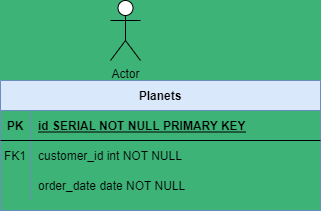
Earlier version of the draw.io export DB/Planets ER Diagram.png (tsgsOFFICIAL/Kilgharrah). Source tidied: cells renumbered, new cells last; positions are measured from the earlier drawing's top-left corner, leaving out a move shared by most shapes.
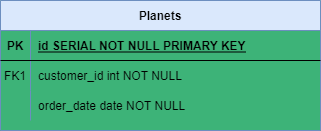
The same diagram one commit later.

Change to the diagram source:
```diff
@@ -32,8 +32,5 @@
     <mxCell id="11" value="order_date date NOT NULL" style="shape=partialRectangle;overflow=hidden;fillColor=none;top=0;left=0;bottom=0;right=0;align=left;spacingLeft=6;" parent="9" vertex="1">
       <mxGeometry x="30" width="290" height="30" as="geometry" />
     </mxCell>
-    <mxCell id="12" value="Actor" style="shape=umlActor;verticalLabelPosition=bottom;verticalAlign=top;html=1;" parent="1" vertex="1">
-      <mxGeometry x="110" width="30" height="60" as="geometry" />
-    </mxCell>
   </root>
 </mxGraphModel>
```
